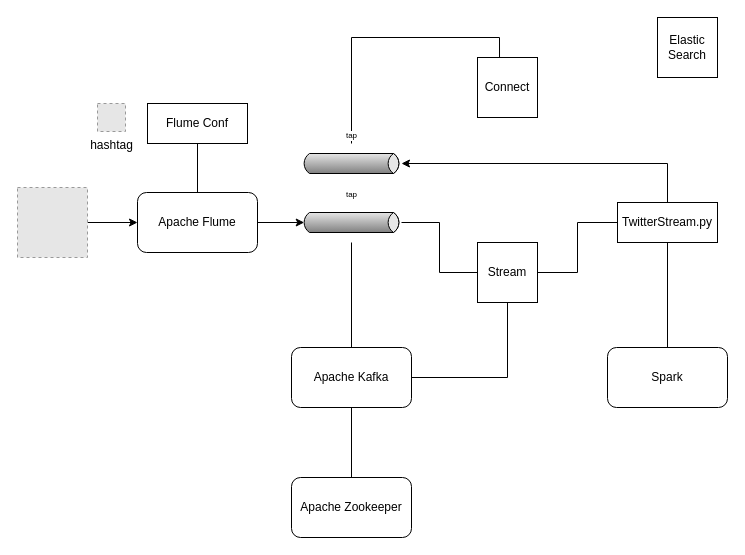
Above: images/diagrams/TweetDataPipeline.drawio in nicshub/tap (draw.io), before the change. Source tidied: cells renumbered, new cells numbered last; positions are measured from the earlier drawing's top-left corner, leaving out a move shared by most shapes. Both pictures are drawn from the tidied source at 100%, with x=0, y=0 at pixel (17, 17). Pictures stored in the file or linked from it are replaced by grey dashed boxes.
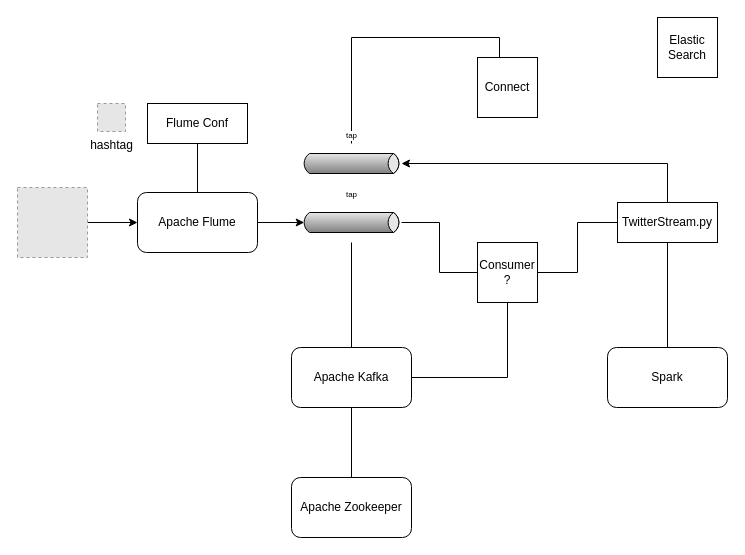
The same page after the edit.

What changed in the source:
```diff
@@
-    <mxCell id="19" value="Stream" style="whiteSpace=wrap;html=1;" parent="1" vertex="1">
+    <mxCell id="19" value="Consumer ?" style="whiteSpace=wrap;html=1;" parent="1" vertex="1">
       <mxGeometry x="460" y="225" width="60" height="60" as="geometry" />
     </mxCell>
```
